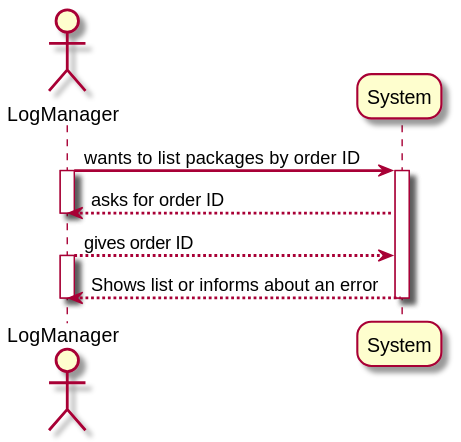
Above: Wiki/FrontEnd_Wiki/UseCases/List Packaging/N1_VP_alt3.svg in MarianaCLages/LAPR5 (PlantUML), before the change.
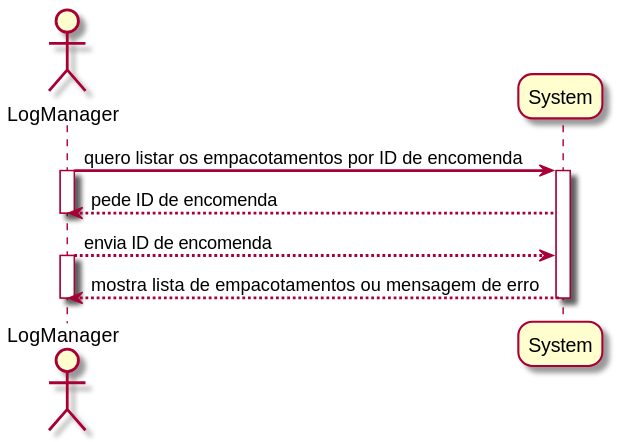
The same diagram one commit later.

Diff of the diagram source:
```diff
@@ -7,14 +7,14 @@
 actor LogManager
 participant System
 
-LogManager -> System : wants to list packages by order ID
+LogManager -> System : quero listar os empacotamentos por ID de encomenda
 activate LogManager
 activate System
-System --> LogManager : asks for order ID
+System --> LogManager : pede ID de encomenda
 deactivate LogManager
-LogManager --> System : gives order ID
+LogManager --> System : envia ID de encomenda
 activate LogManager
-System --> LogManager : Shows list or informs about an error
+System --> LogManager : mostra lista de empacotamentos ou mensagem de erro
 deactivate LogManager
 deactivate System
 
```
